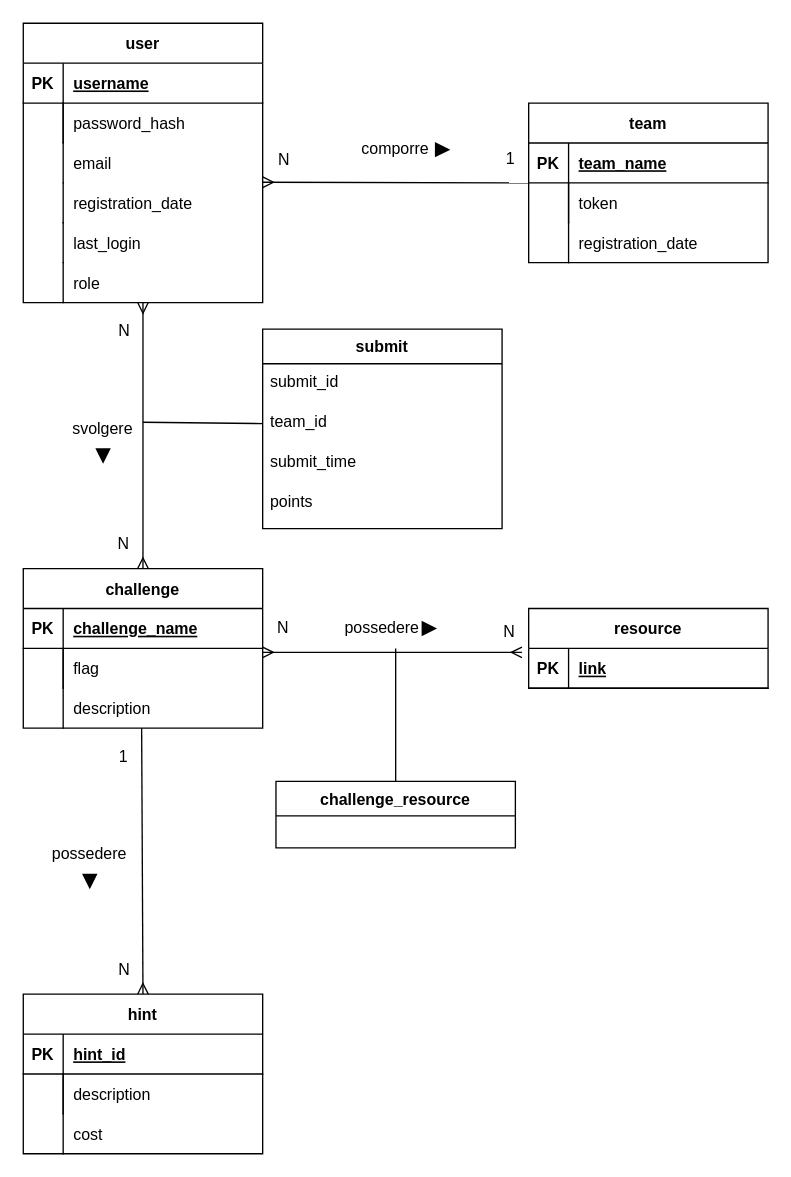
Above: db/ER_diagram.drawio in FeeeDz/H4ckUs4t1_CTF (draw.io), before the change. Source tidied: cells renumbered, new cells numbered last; positions are measured from the earlier drawing's top-left corner, leaving out a move shared by most shapes. Both pictures are drawn from the tidied source at 133%, with x=0, y=0 at pixel (23, 23).
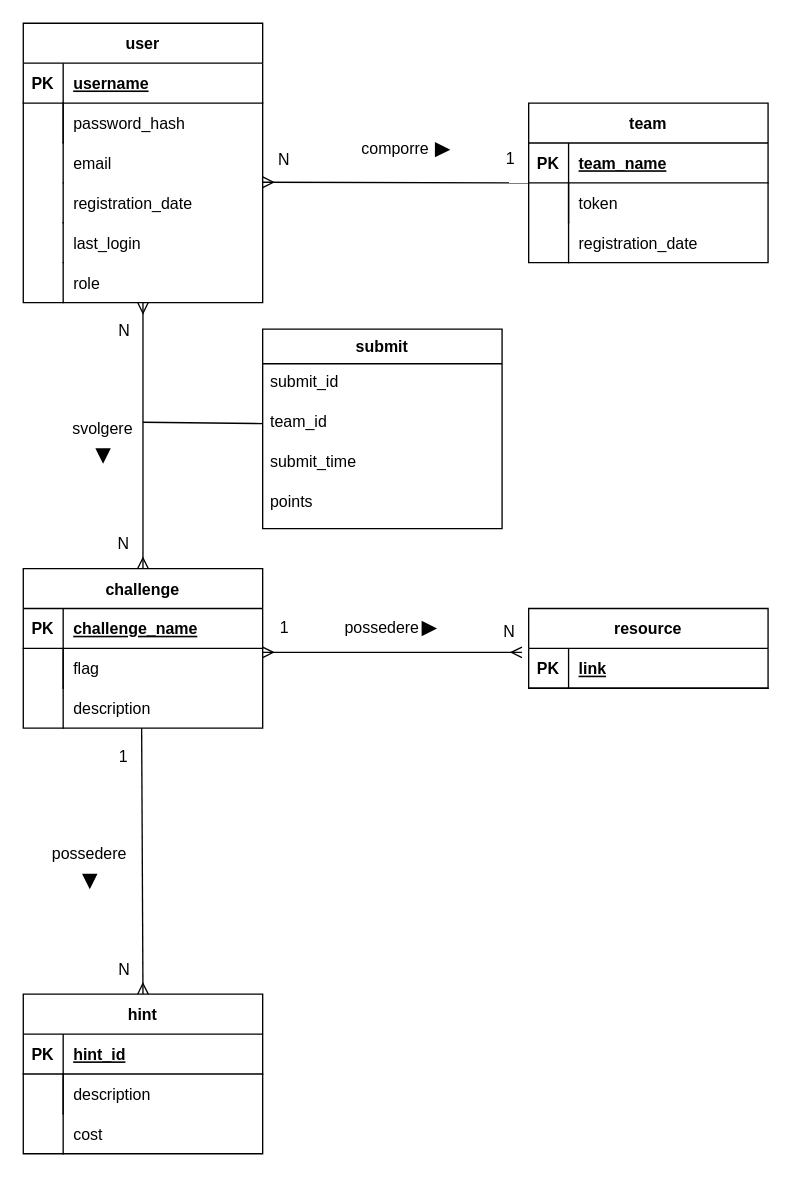
After the change.

Unchanged cells that the change refers to:
```xml
<mxCell id="66" style="endArrow=ERmany;html=1;rounded=0;startArrow=ERmany;startFill=0;entryX=1;entryY=0.1;entryDx=0;entryDy=0;endFill=0;exitX=-0.028;exitY=0.1;exitDx=0;exitDy=0;exitPerimeter=0;entryPerimeter=0;" parent="1" edge="1" source="63" target="19">
  <mxGeometry relative="1" as="geometry" />
</mxCell>
```

The edit, as a diff of the source:
```diff
@@
-    <mxCell id="67" value="&lt;div&gt;N&lt;/div&gt;" style="html=1;align=right;verticalAlign=bottom;" parent="66" vertex="1">
+    <mxCell id="67" value="&lt;div&gt;1&lt;/div&gt;" style="html=1;align=right;verticalAlign=bottom;" parent="66" vertex="1">
       <mxGeometry x="1" relative="1" as="geometry">
         <mxPoint x="20" y="-10" as="offset" />
       </mxGeometry>
     </mxCell>
-    <mxCell id="68" style="endArrow=none;html=1;rounded=0;" parent="1" edge="1">
-      <mxGeometry relative="1" as="geometry">
-        <mxPoint x="280" y="570" as="sourcePoint" />
-        <mxPoint x="279.5" y="470" as="targetPoint" />
-        <Array as="points">
-          <mxPoint x="280" y="470" />
-        </Array>
-      </mxGeometry>
-    </mxCell>
@@
-    <mxCell id="72" value="challenge_resource" style="swimlane;fontStyle=1;horizontal=1;startSize=26;align=center;fontSize=12;" parent="1" vertex="1">
-      <mxGeometry x="190" y="570" width="180" height="50" as="geometry" />
-    </mxCell>
```
